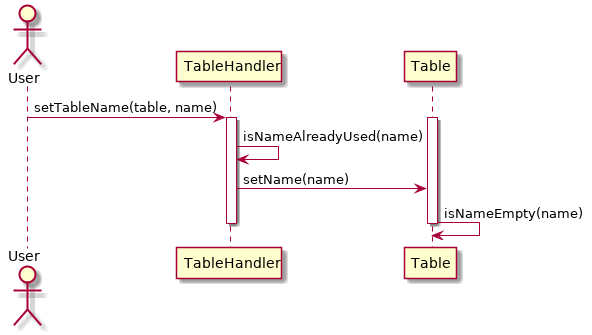
Earlier version of the PlantUML export diagrams/interactionDiagrams/editTableName.png (Bhamoss/softwareOntwerpProject).
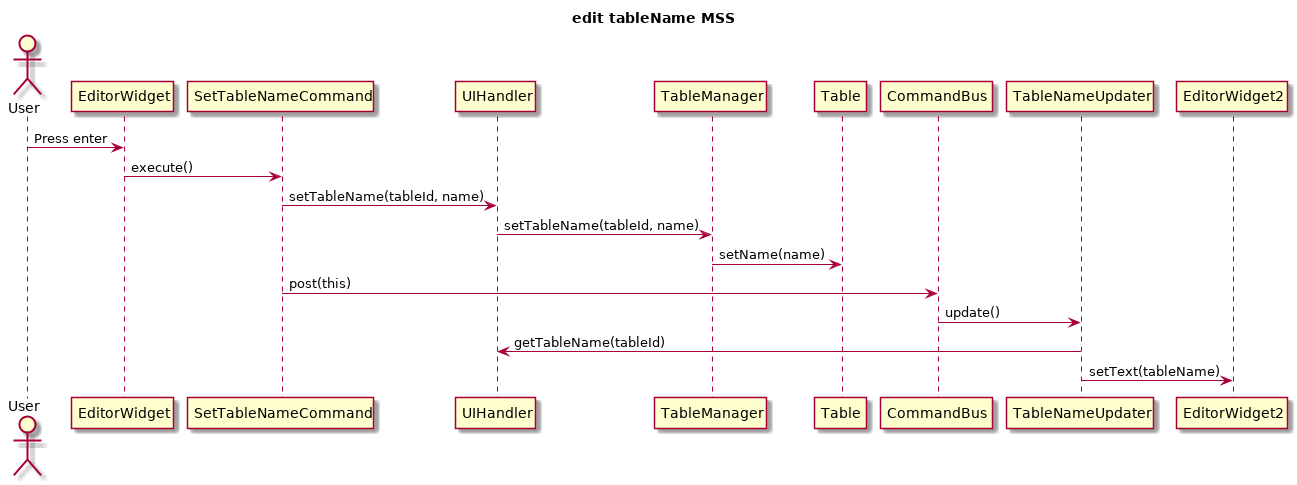
The same diagram one commit later.

What changed in the source:
```diff
@@ -1,14 +1,16 @@
 @startuml
+title edit tableName MSS
 actor User
 
-User -> TableHandler: setTableName(table, name)
-activate TableHandler
-activate Table
-TableHandler -> TableHandler: isNameAlreadyUsed(name)
-TableHandler -> Table: setName(name)
-Table -> Table: isNameEmpty(name)
-deactivate Table
-deactivate TableHandler
+User -> EditorWidget: Press enter
+EditorWidget -> SetTableNameCommand: execute()
+SetTableNameCommand -> UIHandler: setTableName(tableId, name)
+UIHandler -> TableManager: setTableName(tableId, name)
+TableManager -> Table: setName(name)
+SetTableNameCommand -> CommandBus: post(this)
+CommandBus -> TableNameUpdater: update()
+TableNameUpdater -> UIHandler: getTableName(tableId)
+TableNameUpdater -> EditorWidget2: setText(tableName)
 
 
 @enduml
```
